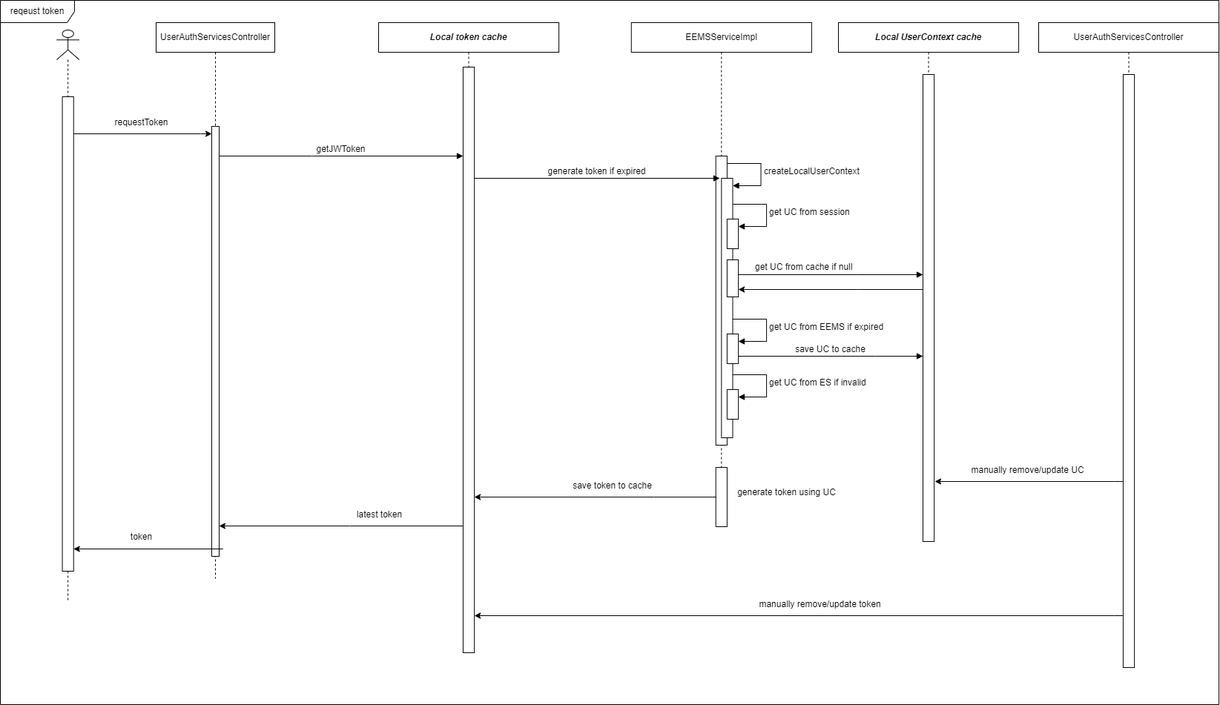
Earlier version of the draw.io export requestToken.png (xljun801052/notes). Source tidied: cells renumbered, new cells last; positions are measured from the earlier drawing's top-left corner, leaving out a move shared by most shapes.
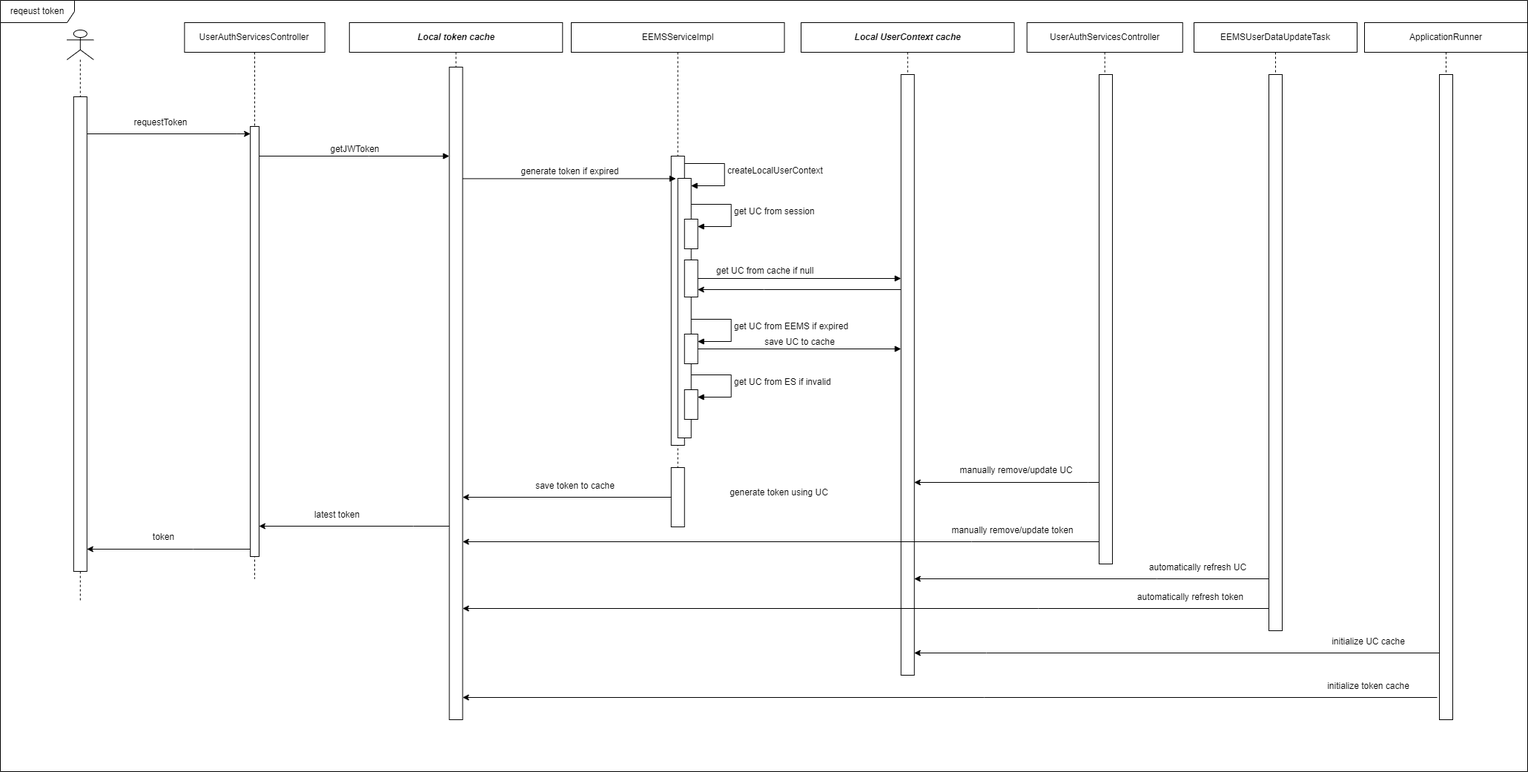
After the change.

Change to the diagram source:
```diff
@@ -5,18 +5,25 @@
     <mxCell id="2" value="reqeust token" style="shape=umlFrame;whiteSpace=wrap;html=1;width=100;height=30;" parent="1" vertex="1">
-      <mxGeometry width="1643.1" height="950" as="geometry" />
+      <mxGeometry width="2060" height="1040" as="geometry" />
     </mxCell>
+    <mxCell id="43" style="rounded=0;jettySize=auto;html=1;elbow=vertical;" parent="2" edge="1" source="52" target="18">
+      <mxGeometry relative="1" as="geometry">
+        <Array as="points">
+          <mxPoint x="1330" y="880" />
+        </Array>
+      </mxGeometry>
+    </mxCell>
     <mxCell id="3" value="&lt;b&gt;&lt;i&gt;Local token cache&lt;/i&gt;&lt;/b&gt;" style="shape=umlLifeline;perimeter=lifelinePerimeter;whiteSpace=wrap;html=1;newEdgeStyle={&quot;edgeStyle&quot;:&quot;elbowEdgeStyle&quot;,&quot;elbow&quot;:&quot;vertical&quot;,&quot;curved&quot;:0,&quot;rounded&quot;:0};" parent="2" vertex="1">
-      <mxGeometry x="510" y="30" width="243.1" height="850" as="geometry" />
+      <mxGeometry x="470.8" y="30" width="287.5" height="940" as="geometry" />
     </mxCell>
     <mxCell id="4" style="html=1;points=[];perimeter=orthogonalPerimeter;outlineConnect=0;targetShapes=umlLifeline;portConstraint=eastwest;newEdgeStyle={&quot;edgeStyle&quot;:&quot;elbowEdgeStyle&quot;,&quot;elbow&quot;:&quot;vertical&quot;,&quot;curved&quot;:0,&quot;rounded&quot;:0};" parent="3" vertex="1">
-      <mxGeometry x="113.9" y="60" width="15.2" height="790" as="geometry" />
+      <mxGeometry x="134.8" y="60" width="18" height="880" as="geometry" />
     </mxCell>
     <mxCell id="5" value="EEMSServiceImpl" style="shape=umlLifeline;perimeter=lifelinePerimeter;whiteSpace=wrap;html=1;newEdgeStyle={&quot;edgeStyle&quot;:&quot;elbowEdgeStyle&quot;,&quot;elbow&quot;:&quot;vertical&quot;,&quot;curved&quot;:0,&quot;rounded&quot;:0};" parent="2" vertex="1">
-      <mxGeometry x="850.8" y="30" width="243.1" height="680" as="geometry" />
+      <mxGeometry x="770" y="30" width="287.5" height="680" as="geometry" />
     </mxCell>
     <mxCell id="6" style="html=1;points=[];perimeter=orthogonalPerimeter;outlineConnect=0;targetShapes=umlLifeline;portConstraint=eastwest;newEdgeStyle={&quot;edgeStyle&quot;:&quot;elbowEdgeStyle&quot;,&quot;elbow&quot;:&quot;vertical&quot;,&quot;curved&quot;:0,&quot;rounded&quot;:0};" parent="5" vertex="1">
-      <mxGeometry x="113.9" y="180" width="15.2" height="390" as="geometry" />
+      <mxGeometry x="134.8" y="180" width="18" height="390" as="geometry" />
     </mxCell>
     <mxCell id="7" style="html=1;points=[];perimeter=orthogonalPerimeter;outlineConnect=0;targetShapes=umlLifeline;portConstraint=eastwest;newEdgeStyle={&quot;edgeStyle&quot;:&quot;elbowEdgeStyle&quot;,&quot;elbow&quot;:&quot;vertical&quot;,&quot;curved&quot;:0,&quot;rounded&quot;:0};" parent="5" vertex="1">
-      <mxGeometry x="121.5" y="210" width="15.2" height="350" as="geometry" />
+      <mxGeometry x="143.8" y="210" width="18" height="350" as="geometry" />
     </mxCell>
@@ -24,5 +31,5 @@
       <mxGeometry relative="1" as="geometry">
-        <mxPoint x="129.1" y="190" as="sourcePoint" />
+        <mxPoint x="152.7" y="190" as="sourcePoint" />
         <Array as="points">
-          <mxPoint x="174.7" y="220" />
+          <mxPoint x="206.7" y="220" />
         </Array>
@@ -31,3 +38,3 @@
     <mxCell id="9" style="html=1;points=[];perimeter=orthogonalPerimeter;outlineConnect=0;targetShapes=umlLifeline;portConstraint=eastwest;newEdgeStyle={&quot;edgeStyle&quot;:&quot;elbowEdgeStyle&quot;,&quot;elbow&quot;:&quot;vertical&quot;,&quot;curved&quot;:0,&quot;rounded&quot;:0};" parent="5" vertex="1">
-      <mxGeometry x="129.1" y="265" width="15.2" height="40" as="geometry" />
+      <mxGeometry x="152.7" y="265" width="18" height="40" as="geometry" />
     </mxCell>
@@ -35,5 +42,5 @@
       <mxGeometry relative="1" as="geometry">
-        <mxPoint x="136.7" y="245" as="sourcePoint" />
+        <mxPoint x="161.7" y="245" as="sourcePoint" />
         <Array as="points">
-          <mxPoint x="182.3" y="275" />
+          <mxPoint x="215.6" y="275" />
         </Array>
@@ -42,6 +49,6 @@
     <mxCell id="11" style="html=1;points=[];perimeter=orthogonalPerimeter;outlineConnect=0;targetShapes=umlLifeline;portConstraint=eastwest;newEdgeStyle={&quot;edgeStyle&quot;:&quot;elbowEdgeStyle&quot;,&quot;elbow&quot;:&quot;vertical&quot;,&quot;curved&quot;:0,&quot;rounded&quot;:0};" parent="5" vertex="1">
-      <mxGeometry x="129.1" y="320" width="15.2" height="50" as="geometry" />
+      <mxGeometry x="152.7" y="320" width="18" height="50" as="geometry" />
     </mxCell>
     <mxCell id="12" style="html=1;points=[];perimeter=orthogonalPerimeter;outlineConnect=0;targetShapes=umlLifeline;portConstraint=eastwest;newEdgeStyle={&quot;edgeStyle&quot;:&quot;elbowEdgeStyle&quot;,&quot;elbow&quot;:&quot;vertical&quot;,&quot;curved&quot;:0,&quot;rounded&quot;:0};" parent="5" vertex="1">
-      <mxGeometry x="129.1" y="420" width="15.2" height="40" as="geometry" />
+      <mxGeometry x="152.7" y="420" width="18" height="40" as="geometry" />
     </mxCell>
@@ -49,5 +56,5 @@
       <mxGeometry relative="1" as="geometry">
-        <mxPoint x="136.7" y="400" as="sourcePoint" />
+        <mxPoint x="161.7" y="400" as="sourcePoint" />
         <Array as="points">
-          <mxPoint x="182.3" y="430" />
+          <mxPoint x="215.6" y="430" />
         </Array>
@@ -56,3 +63,3 @@
     <mxCell id="14" style="html=1;points=[];perimeter=orthogonalPerimeter;outlineConnect=0;targetShapes=umlLifeline;portConstraint=eastwest;newEdgeStyle={&quot;edgeStyle&quot;:&quot;elbowEdgeStyle&quot;,&quot;elbow&quot;:&quot;vertical&quot;,&quot;curved&quot;:0,&quot;rounded&quot;:0};" parent="5" vertex="1">
-      <mxGeometry x="129.1" y="495" width="15.2" height="40" as="geometry" />
+      <mxGeometry x="152.7" y="495" width="18" height="40" as="geometry" />
     </mxCell>
@@ -60,5 +67,5 @@
       <mxGeometry relative="1" as="geometry">
-        <mxPoint x="136.7" y="475" as="sourcePoint" />
+        <mxPoint x="161.7" y="475" as="sourcePoint" />
         <Array as="points">
-          <mxPoint x="182.3" y="505" />
+          <mxPoint x="215.6" y="505" />
         </Array>
@@ -67,16 +74,12 @@
     <mxCell id="16" style="html=1;points=[];perimeter=orthogonalPerimeter;outlineConnect=0;targetShapes=umlLifeline;portConstraint=eastwest;newEdgeStyle={&quot;edgeStyle&quot;:&quot;elbowEdgeStyle&quot;,&quot;elbow&quot;:&quot;vertical&quot;,&quot;curved&quot;:0,&quot;rounded&quot;:0};" parent="5" vertex="1">
-      <mxGeometry x="113.9" y="600" width="15.2" height="80" as="geometry" />
+      <mxGeometry x="134.8" y="600" width="18" height="80" as="geometry" />
     </mxCell>
     <mxCell id="17" value="&lt;b&gt;&lt;i&gt;Local UserContext cache&lt;/i&gt;&lt;/b&gt;" style="shape=umlLifeline;perimeter=lifelinePerimeter;whiteSpace=wrap;html=1;newEdgeStyle={&quot;edgeStyle&quot;:&quot;elbowEdgeStyle&quot;,&quot;elbow&quot;:&quot;vertical&quot;,&quot;curved&quot;:0,&quot;rounded&quot;:0};" parent="2" vertex="1">
-      <mxGeometry x="1130" y="30" width="243.1" height="700" as="geometry" />
+      <mxGeometry x="1080" y="30" width="287.5" height="880" as="geometry" />
     </mxCell>
     <mxCell id="18" style="html=1;points=[];perimeter=orthogonalPerimeter;outlineConnect=0;targetShapes=umlLifeline;portConstraint=eastwest;newEdgeStyle={&quot;edgeStyle&quot;:&quot;elbowEdgeStyle&quot;,&quot;elbow&quot;:&quot;vertical&quot;,&quot;curved&quot;:0,&quot;rounded&quot;:0};" parent="17" vertex="1">
-      <mxGeometry x="113.9" y="70" width="15.2" height="630" as="geometry" />
+      <mxGeometry x="134.8" y="70" width="18" height="810" as="geometry" />
     </mxCell>
     <mxCell id="19" value="get UC from cache if null" style="html=1;align=left;spacingLeft=2;endArrow=block;rounded=0;rounded=0;" parent="2" edge="1" source="11" target="18">
-      <mxGeometry x="-0.85" y="10" relative="1" as="geometry">
-        <Array as="points">
-          <mxPoint x="1154.6" y="370" />
-        </Array>
-      </mxGeometry>
+      <mxGeometry x="-0.85" y="10" relative="1" as="geometry" />
     </mxCell>
@@ -85,3 +88,3 @@
         <Array as="points">
-          <mxPoint x="1154.6" y="390" />
+          <mxPoint x="1030" y="390" />
         </Array>
@@ -93,32 +96,24 @@
     <mxCell id="22" value="generate token using UC" style="text;html=1;align=center;verticalAlign=middle;strokeColor=none;fillColor=none;" parent="2" vertex="1">
-      <mxGeometry x="980" y="649" width="160" height="30" as="geometry" />
+      <mxGeometry x="969.9" y="649" width="160" height="30" as="geometry" />
     </mxCell>
     <mxCell id="23" style="rounded=0;jettySize=auto;html=1;elbow=vertical;" parent="2" edge="1" source="16" target="4">
-      <mxGeometry relative="1" as="geometry">
-        <Array as="points">
-          <mxPoint x="881.2" y="670" />
-        </Array>
-      </mxGeometry>
+      <mxGeometry relative="1" as="geometry" />
     </mxCell>
     <mxCell id="24" value="save token to cache" style="text;html=1;align=center;verticalAlign=middle;strokeColor=none;fillColor=none;" parent="2" vertex="1">
-      <mxGeometry x="760" y="640" width="130" height="30" as="geometry" />
+      <mxGeometry x="709.7" y="640" width="130" height="30" as="geometry" />
     </mxCell>
     <mxCell id="25" value="token" style="text;html=1;align=center;verticalAlign=middle;strokeColor=none;fillColor=none;" parent="2" vertex="1">
-      <mxGeometry x="165" y="709" width="50" height="30" as="geometry" />
+      <mxGeometry x="195.2" y="709" width="50" height="30" as="geometry" />
     </mxCell>
     <mxCell id="26" style="shape=umlLifeline;perimeter=lifelinePerimeter;whiteSpace=wrap;html=1;newEdgeStyle={&quot;edgeStyle&quot;:&quot;elbowEdgeStyle&quot;,&quot;elbow&quot;:&quot;vertical&quot;,&quot;curved&quot;:0,&quot;rounded&quot;:0};participant=umlActor;" parent="2" vertex="1">
-      <mxGeometry x="76" y="40" width="30.4" height="770" as="geometry" />
+      <mxGeometry x="89.9" y="40" width="35.9" height="770" as="geometry" />
     </mxCell>
     <mxCell id="27" style="html=1;points=[];perimeter=orthogonalPerimeter;outlineConnect=0;targetShapes=umlLifeline;portConstraint=eastwest;newEdgeStyle={&quot;edgeStyle&quot;:&quot;elbowEdgeStyle&quot;,&quot;elbow&quot;:&quot;vertical&quot;,&quot;curved&quot;:0,&quot;rounded&quot;:0};" parent="26" vertex="1">
-      <mxGeometry x="7.6" y="90" width="15.2" height="640" as="geometry" />
+      <mxGeometry x="9" y="90" width="18" height="640" as="geometry" />
     </mxCell>
     <mxCell id="28" value="save UC to cache" style="html=1;verticalAlign=bottom;endArrow=block;elbow=vertical;rounded=0;" parent="2" edge="1" source="12" target="18">
-      <mxGeometry relative="1" as="geometry">
-        <Array as="points">
-          <mxPoint x="1180" y="480" />
-        </Array>
-      </mxGeometry>
+      <mxGeometry relative="1" as="geometry" />
     </mxCell>
     <mxCell id="29" value="latest token" style="text;html=1;align=center;verticalAlign=middle;strokeColor=none;fillColor=none;" parent="2" vertex="1">
-      <mxGeometry x="471" y="679" width="80" height="30" as="geometry" />
+      <mxGeometry x="414" y="679" width="80" height="30" as="geometry" />
     </mxCell>
@@ -127,3 +122,3 @@
         <Array as="points">
-          <mxPoint x="471" y="709" />
+          <mxPoint x="557.1" y="709" />
         </Array>
@@ -132,6 +127,6 @@
     <mxCell id="31" value="UserAuthServicesController" style="shape=umlLifeline;perimeter=lifelinePerimeter;whiteSpace=wrap;html=1;newEdgeStyle={&quot;edgeStyle&quot;:&quot;elbowEdgeStyle&quot;,&quot;elbow&quot;:&quot;vertical&quot;,&quot;curved&quot;:0,&quot;rounded&quot;:0};" parent="2" vertex="1">
-      <mxGeometry x="210" y="30" width="160" height="750" as="geometry" />
+      <mxGeometry x="248.4" y="30" width="189.3" height="750" as="geometry" />
     </mxCell>
     <mxCell id="32" style="html=1;points=[];perimeter=orthogonalPerimeter;outlineConnect=0;targetShapes=umlLifeline;portConstraint=eastwest;newEdgeStyle={&quot;edgeStyle&quot;:&quot;elbowEdgeStyle&quot;,&quot;elbow&quot;:&quot;vertical&quot;,&quot;curved&quot;:0,&quot;rounded&quot;:0};" parent="31" vertex="1">
-      <mxGeometry x="75" y="140" width="10" height="580" as="geometry" />
+      <mxGeometry x="88.7" y="140" width="11.8" height="580" as="geometry" />
     </mxCell>
@@ -140,4 +135,4 @@
         <Array as="points">
-          <mxPoint x="270" y="180" />
-          <mxPoint x="290" y="190" />
+          <mxPoint x="319.4" y="180" />
+          <mxPoint x="343" y="190" />
         </Array>
@@ -148,3 +143,3 @@
         <Array as="points">
-          <mxPoint x="420" y="210" />
+          <mxPoint x="496.8" y="210" />
         </Array>
@@ -152,7 +147,6 @@
     </mxCell>
-    <mxCell id="35" style="edgeStyle=elbowEdgeStyle;rounded=0;jettySize=auto;html=1;elbow=vertical;curved=0;" parent="2" edge="1" source="32" target="27">
+    <mxCell id="35" style="rounded=0;jettySize=auto;html=1;elbow=vertical;" parent="2" edge="1" source="32" target="27">
       <mxGeometry relative="1" as="geometry">
         <Array as="points">
-          <mxPoint x="300" y="740" />
-          <mxPoint x="220" y="400" />
+          <mxPoint x="260" y="740" />
         </Array>
@@ -161,15 +155,8 @@
     <mxCell id="36" value="requestToken" style="text;html=1;align=center;verticalAlign=middle;strokeColor=none;fillColor=none;" parent="2" vertex="1">
-      <mxGeometry x="140" y="150" width="100" height="30" as="geometry" />
+      <mxGeometry x="165.6" y="150" width="100" height="30" as="geometry" />
     </mxCell>
-    <mxCell id="37" value="UserAuthServicesController" style="shape=umlLifeline;perimeter=lifelinePerimeter;whiteSpace=wrap;html=1;newEdgeStyle={&quot;edgeStyle&quot;:&quot;elbowEdgeStyle&quot;,&quot;elbow&quot;:&quot;vertical&quot;,&quot;curved&quot;:0,&quot;rounded&quot;:0};" parent="2" vertex="1">
-      <mxGeometry x="1400" y="30" width="243.1" height="870" as="geometry" />
-    </mxCell>
-    <mxCell id="38" style="html=1;points=[];perimeter=orthogonalPerimeter;outlineConnect=0;targetShapes=umlLifeline;portConstraint=eastwest;newEdgeStyle={&quot;edgeStyle&quot;:&quot;elbowEdgeStyle&quot;,&quot;elbow&quot;:&quot;vertical&quot;,&quot;curved&quot;:0,&quot;rounded&quot;:0};" parent="37" vertex="1">
-      <mxGeometry x="113.9" y="70" width="15.2" height="800" as="geometry" />
-    </mxCell>
-    <mxCell id="39" style="rounded=0;jettySize=auto;html=1;elbow=vertical;" parent="2" edge="1" source="38">
+    <mxCell id="39" style="rounded=0;jettySize=auto;html=1;elbow=vertical;" parent="2" edge="1" source="38" target="18">
       <mxGeometry relative="1" as="geometry">
-        <mxPoint x="1260" y="649" as="targetPoint" />
         <Array as="points">
-          <mxPoint x="1502.2" y="649" />
+          <mxPoint x="1466.8" y="650" />
         </Array>
@@ -178,9 +165,8 @@
     <mxCell id="40" value="manually remove/update UC" style="text;html=1;align=center;verticalAlign=middle;strokeColor=none;fillColor=none;" parent="2" vertex="1">
-      <mxGeometry x="1295" y="619" width="180" height="30" as="geometry" />
+      <mxGeometry x="1280" y="619" width="180" height="30" as="geometry" />
     </mxCell>
-    <mxCell id="41" style="rounded=0;jettySize=auto;html=1;elbow=vertical;" parent="2" edge="1" target="4">
+    <mxCell id="41" style="rounded=0;jettySize=auto;html=1;elbow=vertical;" parent="2" edge="1" source="38" target="4">
       <mxGeometry relative="1" as="geometry">
-        <mxPoint x="1514" y="830" as="sourcePoint" />
         <Array as="points">
-          <mxPoint x="1502.2" y="830" />
+          <mxPoint x="1310" y="730" />
         </Array>
@@ -189,4 +175,56 @@
     <mxCell id="42" value="manually remove/update token" style="text;html=1;align=center;verticalAlign=middle;strokeColor=none;fillColor=none;" parent="2" vertex="1">
-      <mxGeometry x="1010" y="800" width="190" height="30" as="geometry" />
+      <mxGeometry x="1270" y="700" width="190" height="30" as="geometry" />
     </mxCell>
+    <mxCell id="44" value="EEMSUserDataUpdateTask" style="shape=umlLifeline;perimeter=lifelinePerimeter;whiteSpace=wrap;html=1;newEdgeStyle={&quot;edgeStyle&quot;:&quot;elbowEdgeStyle&quot;,&quot;elbow&quot;:&quot;vertical&quot;,&quot;curved&quot;:0,&quot;rounded&quot;:0};" parent="2" vertex="1">
+      <mxGeometry x="1610" y="30" width="220" height="820" as="geometry" />
+    </mxCell>
+    <mxCell id="45" style="html=1;points=[];perimeter=orthogonalPerimeter;outlineConnect=0;targetShapes=umlLifeline;portConstraint=eastwest;newEdgeStyle={&quot;edgeStyle&quot;:&quot;elbowEdgeStyle&quot;,&quot;elbow&quot;:&quot;vertical&quot;,&quot;curved&quot;:0,&quot;rounded&quot;:0};" parent="44" vertex="1">
+      <mxGeometry x="101" y="70" width="18" height="750" as="geometry" />
+    </mxCell>
+    <mxCell id="46" style="rounded=0;jettySize=auto;html=1;elbow=vertical;" parent="2" edge="1" source="45" target="18">
+      <mxGeometry relative="1" as="geometry">
+        <Array as="points">
+          <mxPoint x="1560" y="780" />
+        </Array>
+      </mxGeometry>
+    </mxCell>
+    <mxCell id="47" value="automatically refresh UC" style="text;html=1;align=center;verticalAlign=middle;strokeColor=none;fillColor=none;" parent="2" vertex="1">
+      <mxGeometry x="1540" y="750" width="150" height="30" as="geometry" />
+    </mxCell>
+    <mxCell id="48" style="rounded=0;jettySize=auto;html=1;elbow=vertical;" parent="2" edge="1" source="45" target="4">
+      <mxGeometry relative="1" as="geometry">
+        <Array as="points">
+          <mxPoint x="1400" y="820" />
+        </Array>
+      </mxGeometry>
+    </mxCell>
+    <mxCell id="49" value="automatically refresh token" style="text;html=1;align=center;verticalAlign=middle;strokeColor=none;fillColor=none;" parent="2" vertex="1">
+      <mxGeometry x="1520" y="790" width="170" height="30" as="geometry" />
+    </mxCell>
+    <mxCell id="37" value="UserAuthServicesController" style="shape=umlLifeline;perimeter=lifelinePerimeter;whiteSpace=wrap;html=1;newEdgeStyle={&quot;edgeStyle&quot;:&quot;elbowEdgeStyle&quot;,&quot;elbow&quot;:&quot;vertical&quot;,&quot;curved&quot;:0,&quot;rounded&quot;:0};" parent="2" vertex="1">
+      <mxGeometry x="1384.7" y="30" width="210" height="730" as="geometry" />
+    </mxCell>
+    <mxCell id="38" style="html=1;points=[];perimeter=orthogonalPerimeter;outlineConnect=0;targetShapes=umlLifeline;portConstraint=eastwest;newEdgeStyle={&quot;edgeStyle&quot;:&quot;elbowEdgeStyle&quot;,&quot;elbow&quot;:&quot;vertical&quot;,&quot;curved&quot;:0,&quot;rounded&quot;:0};" parent="37" vertex="1">
+      <mxGeometry x="97.3" y="70" width="18" height="660" as="geometry" />
+    </mxCell>
+    <mxCell id="50" value="initialize UC cache" style="text;html=1;align=center;verticalAlign=middle;strokeColor=none;fillColor=none;" parent="2" vertex="1">
+      <mxGeometry x="1785" y="850" width="120" height="30" as="geometry" />
+    </mxCell>
+    <mxCell id="51" value="ApplicationRunner" style="shape=umlLifeline;perimeter=lifelinePerimeter;whiteSpace=wrap;html=1;newEdgeStyle={&quot;edgeStyle&quot;:&quot;elbowEdgeStyle&quot;,&quot;elbow&quot;:&quot;vertical&quot;,&quot;curved&quot;:0,&quot;rounded&quot;:0};" parent="2" vertex="1">
+      <mxGeometry x="1840" y="30" width="220" height="940" as="geometry" />
+    </mxCell>
+    <mxCell id="52" style="html=1;points=[];perimeter=orthogonalPerimeter;outlineConnect=0;targetShapes=umlLifeline;portConstraint=eastwest;newEdgeStyle={&quot;edgeStyle&quot;:&quot;elbowEdgeStyle&quot;,&quot;elbow&quot;:&quot;vertical&quot;,&quot;curved&quot;:0,&quot;rounded&quot;:0};" parent="51" vertex="1">
+      <mxGeometry x="101" y="70" width="18" height="870" as="geometry" />
+    </mxCell>
+    <mxCell id="53" value="initialize token cache" style="text;html=1;align=center;verticalAlign=middle;strokeColor=none;fillColor=none;" parent="2" vertex="1">
+      <mxGeometry x="1780" y="910" width="130" height="30" as="geometry" />
+    </mxCell>
+    <mxCell id="54" style="rounded=0;jettySize=auto;html=1;elbow=vertical;" parent="2" edge="1" target="4">
+      <mxGeometry relative="1" as="geometry">
+        <mxPoint x="1938" y="940" as="sourcePoint" />
+        <Array as="points">
+          <mxPoint x="1327" y="940" />
+        </Array>
+      </mxGeometry>
+    </mxCell>
   </root>
```
